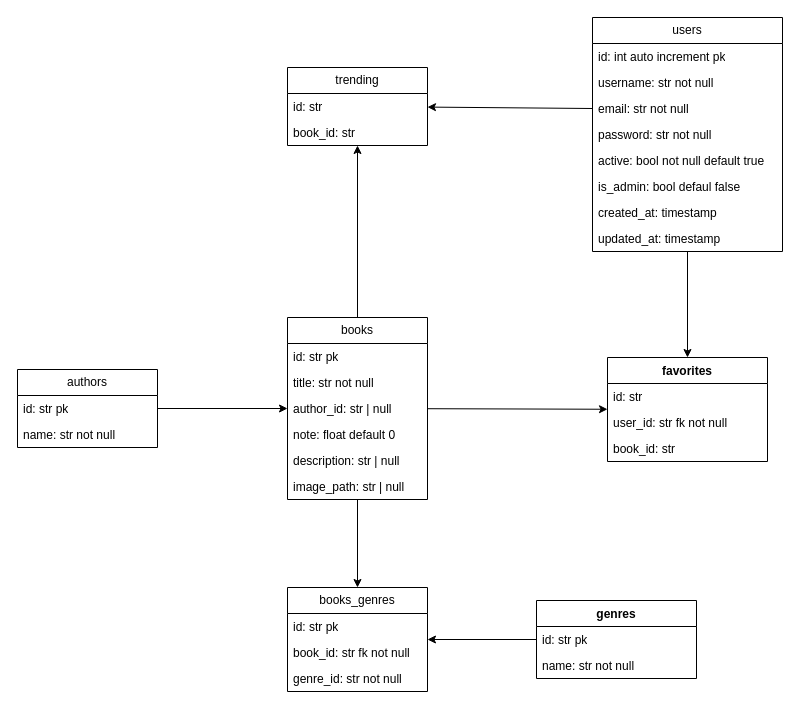
Above: docs/db.drawio in yoshtempest/manhwa-library (draw.io), before the change. Source tidied: cells renumbered, new cells numbered last; positions are measured from the earlier drawing's top-left corner, leaving out a move shared by most shapes. Both pictures are drawn from the tidied source at 100%, with x=0, y=0 at pixel (17, 17).
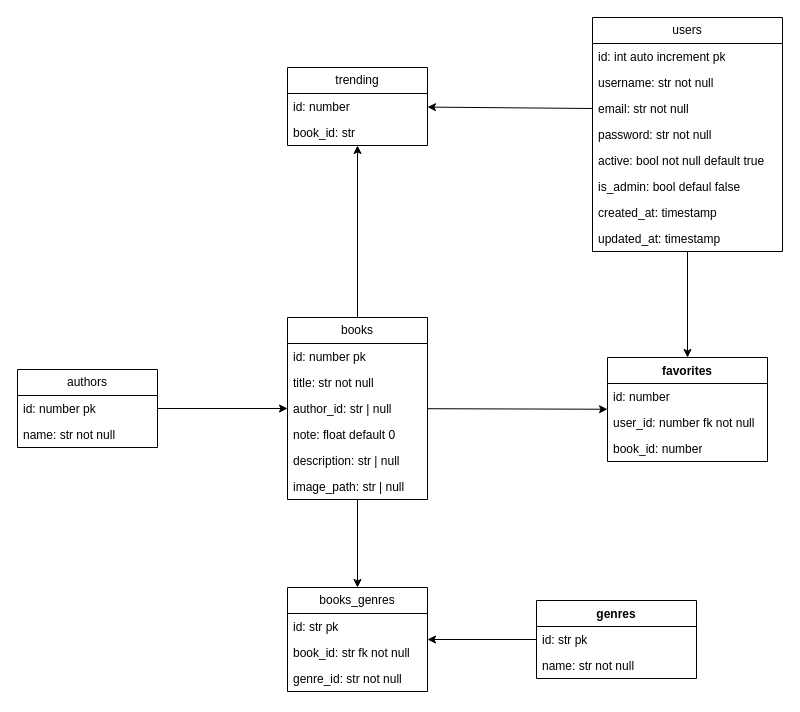
Above is the later version.

Commit message (it also covers changes not shown here):
fix: id receive str to receive number

The change refers to these unchanged cells:
```xml
<mxCell id="5" value="books" style="swimlane;fontStyle=0;horizontal=1;startSize=26;fillColor=none;whiteSpace=wrap;html=1;" parent="1" vertex="1">
  <mxGeometry x="270" y="300" width="140" height="182" as="geometry" />
</mxCell>
<mxCell id="13" value="authors" style="swimlane;fontStyle=0;horizontal=1;startSize=26;fillColor=none;whiteSpace=wrap;html=1;" parent="1" vertex="1">
  <mxGeometry y="352" width="140" height="78" as="geometry" />
</mxCell>
<mxCell id="35" value="favorites" style="swimlane;fontStyle=1;align=center;verticalAlign=top;horizontal=1;startSize=26;whiteSpace=wrap;html=1;" parent="1" vertex="1">
  <mxGeometry x="590" y="340" width="160" height="104" as="geometry" />
</mxCell>
<mxCell id="39" value="trending" style="swimlane;fontStyle=0;horizontal=1;startSize=26;fillColor=none;whiteSpace=wrap;html=1;" parent="1" vertex="1">
  <mxGeometry x="270" y="50" width="140" height="78" as="geometry" />
</mxCell>
```

What changed in the source:
```diff
@@
-    <mxCell id="6" value="id: str pk" style="text;strokeColor=none;fillColor=none;align=left;verticalAlign=top;spacingLeft=4;spacingRight=4;overflow=hidden;whiteSpace=wrap;html=1;" parent="5" vertex="1">
+    <mxCell id="6" value="id: number pk" style="text;strokeColor=none;fillColor=none;align=left;verticalAlign=top;spacingLeft=4;spacingRight=4;overflow=hidden;whiteSpace=wrap;html=1;" parent="5" vertex="1">
       <mxGeometry y="26" width="140" height="26" as="geometry" />
     </mxCell>
@@
-    <mxCell id="14" value="id: str pk" style="text;strokeColor=none;fillColor=none;align=left;verticalAlign=top;spacingLeft=4;spacingRight=4;overflow=hidden;whiteSpace=wrap;html=1;" parent="13" vertex="1">
+    <mxCell id="14" value="id: number pk" style="text;strokeColor=none;fillColor=none;align=left;verticalAlign=top;spacingLeft=4;spacingRight=4;overflow=hidden;whiteSpace=wrap;html=1;" parent="13" vertex="1">
       <mxGeometry y="26" width="140" height="26" as="geometry" />
     </mxCell>
@@
-    <mxCell id="36" value="id: str" style="text;strokeColor=none;fillColor=none;align=left;verticalAlign=top;spacingLeft=4;spacingRight=4;overflow=hidden;whiteSpace=wrap;html=1;" parent="35" vertex="1">
+    <mxCell id="36" value="id: number" style="text;strokeColor=none;fillColor=none;align=left;verticalAlign=top;spacingLeft=4;spacingRight=4;overflow=hidden;whiteSpace=wrap;html=1;" parent="35" vertex="1">
       <mxGeometry y="26" width="160" height="26" as="geometry" />
     </mxCell>
-    <mxCell id="37" value="user_id: str fk not null" style="text;strokeColor=none;fillColor=none;align=left;verticalAlign=top;spacingLeft=4;spacingRight=4;overflow=hidden;whiteSpace=wrap;html=1;" parent="35" vertex="1">
+    <mxCell id="37" value="user_id: number fk not null" style="text;strokeColor=none;fillColor=none;align=left;verticalAlign=top;spacingLeft=4;spacingRight=4;overflow=hidden;whiteSpace=wrap;html=1;" parent="35" vertex="1">
       <mxGeometry y="52" width="160" height="26" as="geometry" />
     </mxCell>
-    <mxCell id="38" value="book_id: str" style="text;strokeColor=none;fillColor=none;align=left;verticalAlign=top;spacingLeft=4;spacingRight=4;overflow=hidden;whiteSpace=wrap;html=1;" parent="35" vertex="1">
+    <mxCell id="38" value="book_id: number" style="text;strokeColor=none;fillColor=none;align=left;verticalAlign=top;spacingLeft=4;spacingRight=4;overflow=hidden;whiteSpace=wrap;html=1;" parent="35" vertex="1">
       <mxGeometry y="78" width="160" height="26" as="geometry" />
     </mxCell>
@@
-    <mxCell id="40" value="id: str" style="text;strokeColor=none;fillColor=none;align=left;verticalAlign=top;spacingLeft=4;spacingRight=4;overflow=hidden;whiteSpace=wrap;html=1;" parent="39" vertex="1">
+    <mxCell id="40" value="id: number" style="text;strokeColor=none;fillColor=none;align=left;verticalAlign=top;spacingLeft=4;spacingRight=4;overflow=hidden;whiteSpace=wrap;html=1;" parent="39" vertex="1">
       <mxGeometry y="26" width="140" height="26" as="geometry" />
     </mxCell>
```
